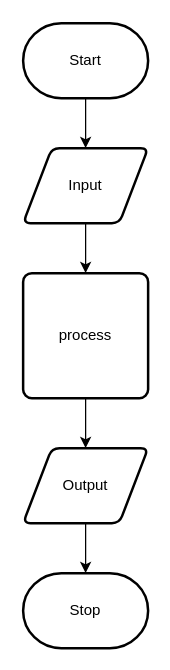
Above: design/flow-chart.drawio in ekaterina-chernykh/ICS20-Unit-5-05 (draw.io), before the change. Source tidied: cells renumbered, new cells numbered last; positions are measured from the earlier drawing's top-left corner, leaving out a move shared by most shapes. Both pictures are drawn from the tidied source at 125%, with x=0, y=0 at pixel (22, 22).
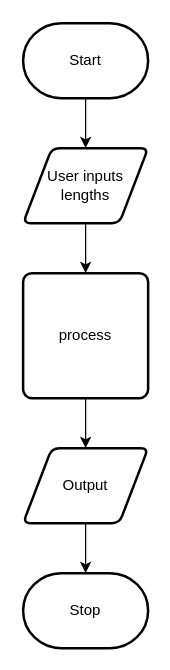
The same diagram, later.

Change to the diagram source:
```diff
@@
 <mxGraphModel>
   <root>
     <mxCell id="0" />
     <mxCell id="1" parent="0" />
     <mxCell id="2" style="edgeStyle=none;html=1;" parent="1" edge="1" source="3" target="5">
       <mxGeometry relative="1" as="geometry" />
     </mxCell>
     <mxCell id="3" value="Start" style="strokeWidth=2;html=1;shape=mxgraph.flowchart.terminator;whiteSpace=wrap;" parent="1" vertex="1">
       <mxGeometry width="100" height="60" as="geometry" />
     </mxCell>
     <mxCell id="4" style="edgeStyle=none;html=1;" parent="1" edge="1" source="5" target="7">
       <mxGeometry relative="1" as="geometry" />
     </mxCell>
-    <mxCell id="5" value="Input" style="shape=parallelogram;html=1;strokeWidth=2;perimeter=parallelogramPerimeter;whiteSpace=wrap;rounded=1;arcSize=12;size=0.23;" parent="1" vertex="1">
+    <mxCell id="5" value="User inputs lengths" style="shape=parallelogram;html=1;strokeWidth=2;perimeter=parallelogramPerimeter;whiteSpace=wrap;rounded=1;arcSize=12;size=0.23;" parent="1" vertex="1">
       <mxGeometry y="100" width="100" height="60" as="geometry" />
     </mxCell>
     <mxCell id="6" style="edgeStyle=none;html=1;" parent="1" edge="1" source="7" target="9">
       <mxGeometry relative="1" as="geometry" />
     </mxCell>
     <mxCell id="7" value="process" style="rounded=1;whiteSpace=wrap;html=1;absoluteArcSize=1;arcSize=14;strokeWidth=2;" parent="1" vertex="1">
       <mxGeometry y="200" width="100" height="100" as="geometry" />
     </mxCell>
     <mxCell id="8" style="edgeStyle=none;html=1;" parent="1" edge="1" source="9" target="10">
       <mxGeometry relative="1" as="geometry" />
     </mxCell>
     <mxCell id="9" value="Output" style="shape=parallelogram;html=1;strokeWidth=2;perimeter=parallelogramPerimeter;whiteSpace=wrap;rounded=1;arcSize=12;size=0.23;" parent="1" vertex="1">
       <mxGeometry y="340" width="100" height="60" as="geometry" />
     </mxCell>
     <mxCell id="10" value="Stop" style="strokeWidth=2;html=1;shape=mxgraph.flowchart.terminator;whiteSpace=wrap;" parent="1" vertex="1">
       <mxGeometry y="440" width="100" height="60" as="geometry" />
     </mxCell>
   </root>
 </mxGraphModel>
```
